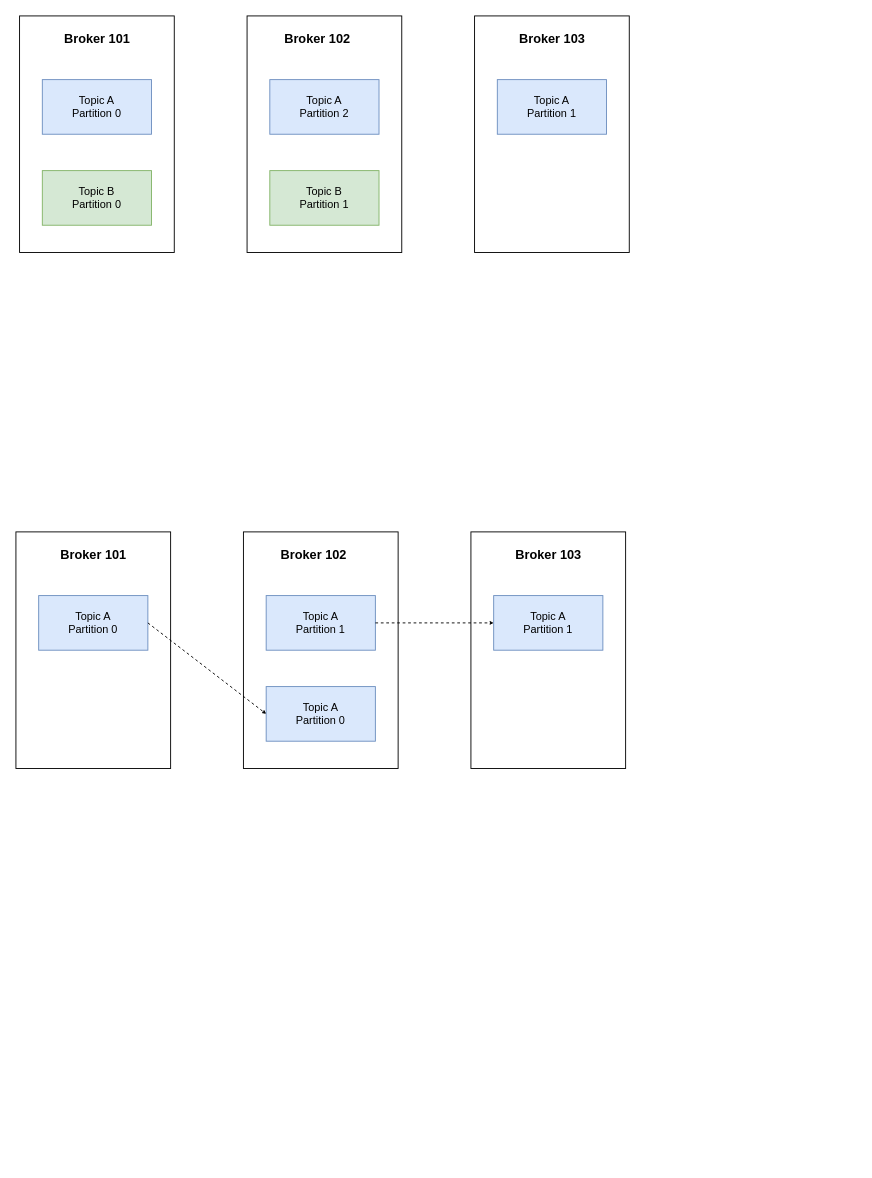
Above: kafka_broker.drawio in thh6282/draw-in-drawio (draw.io), before the change. Source tidied: cells renumbered, new cells numbered last; positions are measured from the earlier drawing's top-left corner, leaving out a move shared by most shapes. Both pictures are drawn from the tidied source at 91%, with x=0, y=0 at pixel (15, 15). Pictures stored in the file or linked from it are replaced by grey dashed boxes.
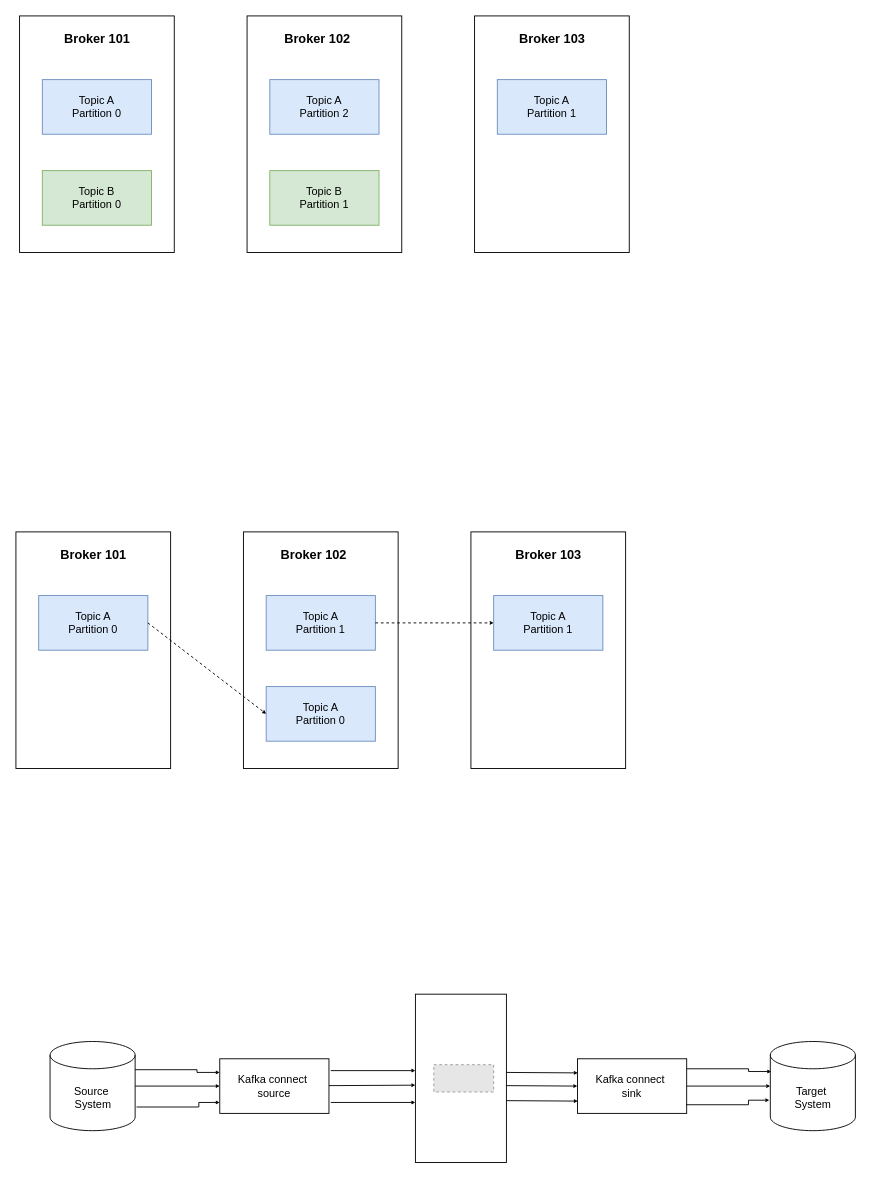
The same page after the edit.

Diff of the diagram source:
```diff
@@
+    <mxCell id="25" value="Source&amp;nbsp;&lt;div&gt;System&lt;/div&gt;" style="shape=cylinder3;whiteSpace=wrap;html=1;boundedLbl=1;backgroundOutline=1;size=15;" parent="1" vertex="1">
+      <mxGeometry x="37.5" y="1127" width="93.5" height="98" as="geometry" />
+    </mxCell>
+    <mxCell id="26" value="Kafka connect&amp;nbsp;&lt;div&gt;source&lt;/div&gt;" style="rounded=0;whiteSpace=wrap;html=1;" parent="1" vertex="1">
+      <mxGeometry x="224" y="1146" width="120" height="60" as="geometry" />
+    </mxCell>
+    <mxCell id="27" style="rounded=0;whiteSpace=wrap;html=1;" parent="1" vertex="1">
+      <mxGeometry x="439" y="1075" width="100" height="185" as="geometry" />
+    </mxCell>
+    <mxCell id="28" value="Kafka connect&amp;nbsp;&lt;div&gt;sink&lt;/div&gt;" style="rounded=0;whiteSpace=wrap;html=1;" parent="1" vertex="1">
+      <mxGeometry x="617.1" y="1146" width="120" height="60" as="geometry" />
+    </mxCell>
+    <mxCell id="29" value="Target&amp;nbsp;&lt;div&gt;System&lt;/div&gt;" style="shape=cylinder3;whiteSpace=wrap;html=1;boundedLbl=1;backgroundOutline=1;size=15;" parent="1" vertex="1">
+      <mxGeometry x="829" y="1127" width="93.5" height="98" as="geometry" />
+    </mxCell>
+    <mxCell id="30" style="endArrow=classic;html=1;rounded=0;entryX=0;entryY=0.5;entryDx=0;entryDy=0;endSize=2;" parent="1" edge="1" source="25" target="26">
+      <mxGeometry relative="1" as="geometry" />
+    </mxCell>
+    <mxCell id="31" style="endArrow=classic;html=1;rounded=0;endSize=2;" parent="1" edge="1">
+      <mxGeometry relative="1" as="geometry">
+        <mxPoint x="344" y="1175.5" as="sourcePoint" />
+        <mxPoint x="439" y="1175" as="targetPoint" />
+      </mxGeometry>
+    </mxCell>
+    <mxCell id="32" style="endArrow=classic;html=1;rounded=0;endSize=2;" parent="1" edge="1">
+      <mxGeometry relative="1" as="geometry">
+        <mxPoint x="538.5" y="1175.5" as="sourcePoint" />
+        <mxPoint x="617" y="1176" as="targetPoint" />
+      </mxGeometry>
+    </mxCell>
+    <mxCell id="33" style="endArrow=classic;html=1;rounded=0;endSize=2;" parent="1" edge="1" source="28">
+      <mxGeometry relative="1" as="geometry">
+        <mxPoint x="829" y="1176" as="targetPoint" />
+      </mxGeometry>
+    </mxCell>
+    <mxCell id="34" style="edgeStyle=elbowEdgeStyle;elbow=horizontal;endArrow=classic;html=1;curved=0;rounded=0;endSize=2;startSize=8;entryX=0;entryY=0.25;entryDx=0;entryDy=0;" parent="1" edge="1" target="26">
+      <mxGeometry relative="1" as="geometry">
+        <mxPoint x="131" y="1158" as="sourcePoint" />
+        <Array as="points">
+          <mxPoint x="199" y="1164" />
+        </Array>
+      </mxGeometry>
+    </mxCell>
+    <mxCell id="35" style="edgeStyle=elbowEdgeStyle;elbow=horizontal;endArrow=classic;html=1;curved=0;rounded=0;endSize=2;startSize=8;" parent="1" edge="1" target="26">
+      <mxGeometry relative="1" as="geometry">
+        <mxPoint x="132.5" y="1199" as="sourcePoint" />
+        <Array as="points">
+          <mxPoint x="201" y="1194" />
+        </Array>
+      </mxGeometry>
+    </mxCell>
+    <mxCell id="36" style="edgeStyle=elbowEdgeStyle;elbow=horizontal;endArrow=classic;html=1;curved=0;rounded=0;endSize=2;startSize=8;entryX=0;entryY=0.25;entryDx=0;entryDy=0;" parent="1" edge="1">
+      <mxGeometry relative="1" as="geometry">
+        <mxPoint x="737.1" y="1157" as="sourcePoint" />
+        <mxPoint x="830.1" y="1160" as="targetPoint" />
+        <Array as="points">
+          <mxPoint x="805.1" y="1163" />
+        </Array>
+      </mxGeometry>
+    </mxCell>
+    <mxCell id="37" style="edgeStyle=elbowEdgeStyle;elbow=horizontal;endArrow=classic;html=1;curved=0;rounded=0;endSize=2;startSize=8;" parent="1" edge="1">
+      <mxGeometry relative="1" as="geometry">
+        <mxPoint x="736.5" y="1196.5" as="sourcePoint" />
+        <mxPoint x="828" y="1191.5" as="targetPoint" />
+        <Array as="points">
+          <mxPoint x="805" y="1191.5" />
+        </Array>
+      </mxGeometry>
+    </mxCell>
+    <mxCell id="38" style="endArrow=classic;html=1;rounded=0;entryX=0;entryY=0.5;entryDx=0;entryDy=0;endSize=2;" parent="1" edge="1">
+      <mxGeometry relative="1" as="geometry">
+        <mxPoint x="346" y="1159" as="sourcePoint" />
+        <mxPoint x="439" y="1159" as="targetPoint" />
+      </mxGeometry>
+    </mxCell>
+    <mxCell id="39" style="endArrow=classic;html=1;rounded=0;entryX=0;entryY=0.5;entryDx=0;entryDy=0;endSize=2;" parent="1" edge="1">
+      <mxGeometry relative="1" as="geometry">
+        <mxPoint x="346" y="1194" as="sourcePoint" />
+        <mxPoint x="439" y="1194" as="targetPoint" />
+      </mxGeometry>
+    </mxCell>
+    <mxCell id="40" style="endArrow=classic;html=1;rounded=0;endSize=2;" parent="1" edge="1">
+      <mxGeometry relative="1" as="geometry">
+        <mxPoint x="539" y="1161" as="sourcePoint" />
+        <mxPoint x="617.5" y="1161.5" as="targetPoint" />
+      </mxGeometry>
+    </mxCell>
+    <mxCell id="41" style="endArrow=classic;html=1;rounded=0;endSize=2;" parent="1" edge="1">
+      <mxGeometry relative="1" as="geometry">
+        <mxPoint x="539" y="1192" as="sourcePoint" />
+        <mxPoint x="617.5" y="1192.5" as="targetPoint" />
+      </mxGeometry>
+    </mxCell>
+    <mxCell id="42" style="fillColor=#E6E6E6;strokeColor=#999999;dashed=1;verticalLabelPosition=bottom;labelBackgroundColor=default;verticalAlign=top;" parent="1" vertex="1">
+      <mxGeometry x="459.2" y="1152.5" width="65.8" height="30" as="geometry" />
+    </mxCell>
```
